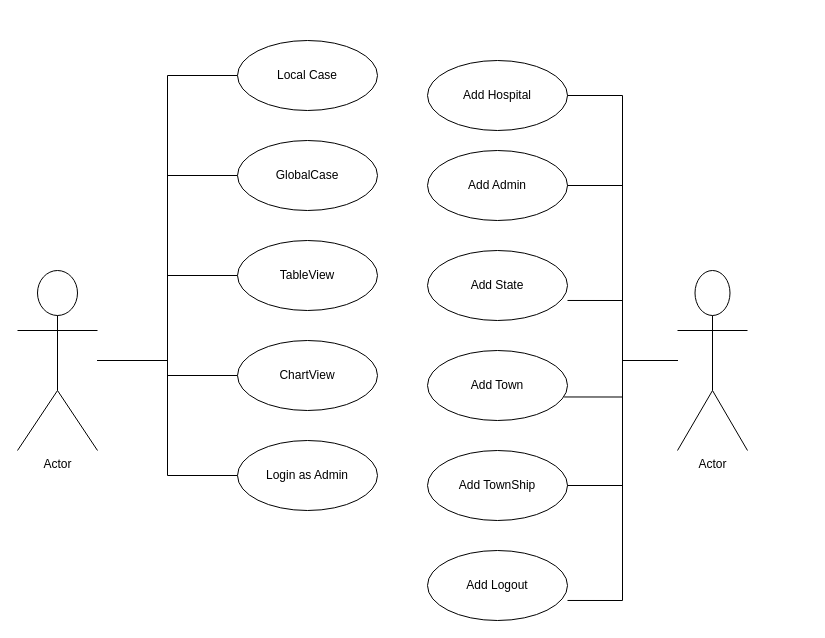
Above: diagram/usecasediagram.drawio in mgkyawmyotun/covid19userjava (draw.io), before the change. Source tidied: cells renumbered, new cells numbered last; positions are measured from the earlier drawing's top-left corner, leaving out a move shared by most shapes. Both pictures are drawn from the tidied source at 100%, with x=0, y=0 at pixel (17, 40).
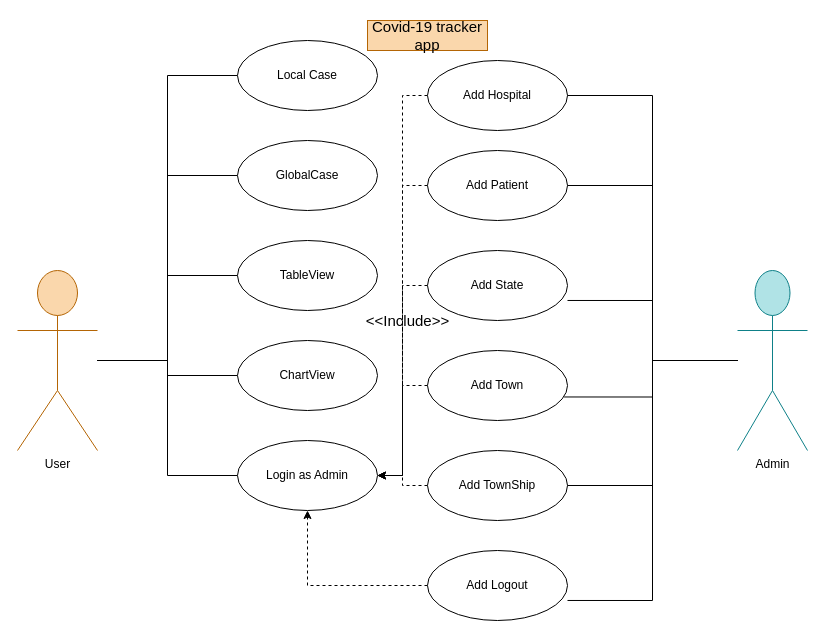
After the change.

The change refers to these unchanged cells:
```xml
<mxCell id="12" value="Add State" style="ellipse;whiteSpace=wrap;html=1;" parent="1" vertex="1">
  <mxGeometry x="410" y="210" width="140" height="70" as="geometry" />
</mxCell>
<mxCell id="14" value="Login as Admin" style="ellipse;whiteSpace=wrap;html=1;" parent="1" vertex="1">
  <mxGeometry x="220" y="400" width="140" height="70" as="geometry" />
</mxCell>
<mxCell id="15" value="Add Town" style="ellipse;whiteSpace=wrap;html=1;" parent="1" vertex="1">
  <mxGeometry x="410" y="310" width="140" height="70" as="geometry" />
</mxCell>
<mxCell id="16" value="Add TownShip" style="ellipse;whiteSpace=wrap;html=1;" parent="1" vertex="1">
  <mxGeometry x="410" y="410" width="140" height="70" as="geometry" />
</mxCell>
<mxCell id="17" value="Add Hospital" style="ellipse;whiteSpace=wrap;html=1;" parent="1" vertex="1">
  <mxGeometry x="410" y="20" width="140" height="70" as="geometry" />
</mxCell>
<mxCell id="18" value="Add Logout" style="ellipse;whiteSpace=wrap;html=1;" parent="1" vertex="1">
  <mxGeometry x="410" y="510" width="140" height="70" as="geometry" />
</mxCell>
```

The edit, as a diff of the source:
```diff
@@
-    <mxCell id="7" value="Actor" style="shape=umlActor;verticalLabelPosition=bottom;verticalAlign=top;html=1;" parent="1" vertex="1">
+    <mxCell id="7" value="User" style="shape=umlActor;verticalLabelPosition=bottom;verticalAlign=top;html=1;fillColor=#fad7ac;strokeColor=#b46504;" parent="1" vertex="1">
       <mxGeometry y="230" width="80" height="180" as="geometry" />
     </mxCell>
@@
+    <mxCell id="26" style="edgeStyle=orthogonalEdgeStyle;rounded=0;jettySize=auto;html=1;entryX=1;entryY=0.5;entryDx=0;entryDy=0;endArrow=classic;endFill=1;fontSize=15;dashed=1;startArrow=none;startFill=0;" parent="1" edge="1" source="12" target="14">
+      <mxGeometry relative="1" as="geometry" />
+    </mxCell>
@@
+    <mxCell id="27" style="edgeStyle=orthogonalEdgeStyle;rounded=0;jettySize=auto;html=1;entryX=1;entryY=0.5;entryDx=0;entryDy=0;endArrow=classic;endFill=1;fontSize=15;dashed=1;startArrow=none;startFill=0;" parent="1" edge="1" source="13" target="14">
+      <mxGeometry relative="1" as="geometry" />
+    </mxCell>
-    <mxCell id="13" value="Add Admin" style="ellipse;whiteSpace=wrap;html=1;" parent="1" vertex="1">
+    <mxCell id="13" value="Add Patient" style="ellipse;whiteSpace=wrap;html=1;" parent="1" vertex="1">
       <mxGeometry x="410" y="110" width="140" height="70" as="geometry" />
     </mxCell>
@@
+    <mxCell id="28" style="edgeStyle=orthogonalEdgeStyle;rounded=0;jettySize=auto;html=1;entryX=1;entryY=0.5;entryDx=0;entryDy=0;endArrow=classic;endFill=1;fontSize=15;dashed=1;startArrow=none;startFill=0;" parent="1" edge="1" source="15" target="14">
+      <mxGeometry relative="1" as="geometry" />
+    </mxCell>
@@
+    <mxCell id="29" style="edgeStyle=orthogonalEdgeStyle;rounded=0;jettySize=auto;html=1;entryX=1;entryY=0.5;entryDx=0;entryDy=0;endArrow=none;endFill=0;fontSize=15;dashed=1;" parent="1" edge="1" source="16" target="14">
+      <mxGeometry relative="1" as="geometry" />
+    </mxCell>
@@
+    <mxCell id="30" style="edgeStyle=orthogonalEdgeStyle;rounded=0;jettySize=auto;html=1;entryX=1;entryY=0.5;entryDx=0;entryDy=0;endArrow=none;endFill=0;fontSize=15;dashed=1;" parent="1" edge="1" source="17" target="14">
+      <mxGeometry relative="1" as="geometry" />
+    </mxCell>
@@
+    <mxCell id="31" style="edgeStyle=orthogonalEdgeStyle;rounded=0;jettySize=auto;html=1;endArrow=classic;endFill=1;fontSize=15;dashed=1;startArrow=none;startFill=0;" parent="1" edge="1" source="18" target="14">
+      <mxGeometry relative="1" as="geometry" />
+    </mxCell>
@@
-    <mxCell id="25" value="Actor" style="shape=umlActor;verticalLabelPosition=bottom;verticalAlign=top;html=1;" parent="1" vertex="1">
-      <mxGeometry x="660" y="230" width="70" height="180" as="geometry" />
+    <mxCell id="25" value="Admin&lt;br&gt;" style="shape=umlActor;verticalLabelPosition=bottom;verticalAlign=top;html=1;fillColor=#b0e3e6;strokeColor=#0e8088;" parent="1" vertex="1">
+      <mxGeometry x="720" y="230" width="70" height="180" as="geometry" />
     </mxCell>
+    <mxCell id="32" value="Covid-19 tracker app" style="text;html=1;strokeColor=#b46504;fillColor=#fad7ac;align=center;verticalAlign=middle;whiteSpace=wrap;rounded=0;fontSize=15;" parent="1" vertex="1">
+      <mxGeometry x="350" y="-20" width="120" height="30" as="geometry" />
+    </mxCell>
+    <mxCell id="33" value="&amp;lt;&amp;lt;Include&amp;gt;&amp;gt;" style="text;html=1;align=center;verticalAlign=middle;fontSize=15;" parent="1" vertex="1">
+      <mxGeometry x="340" y="270" width="100" height="20" as="geometry" />
+    </mxCell>
```
